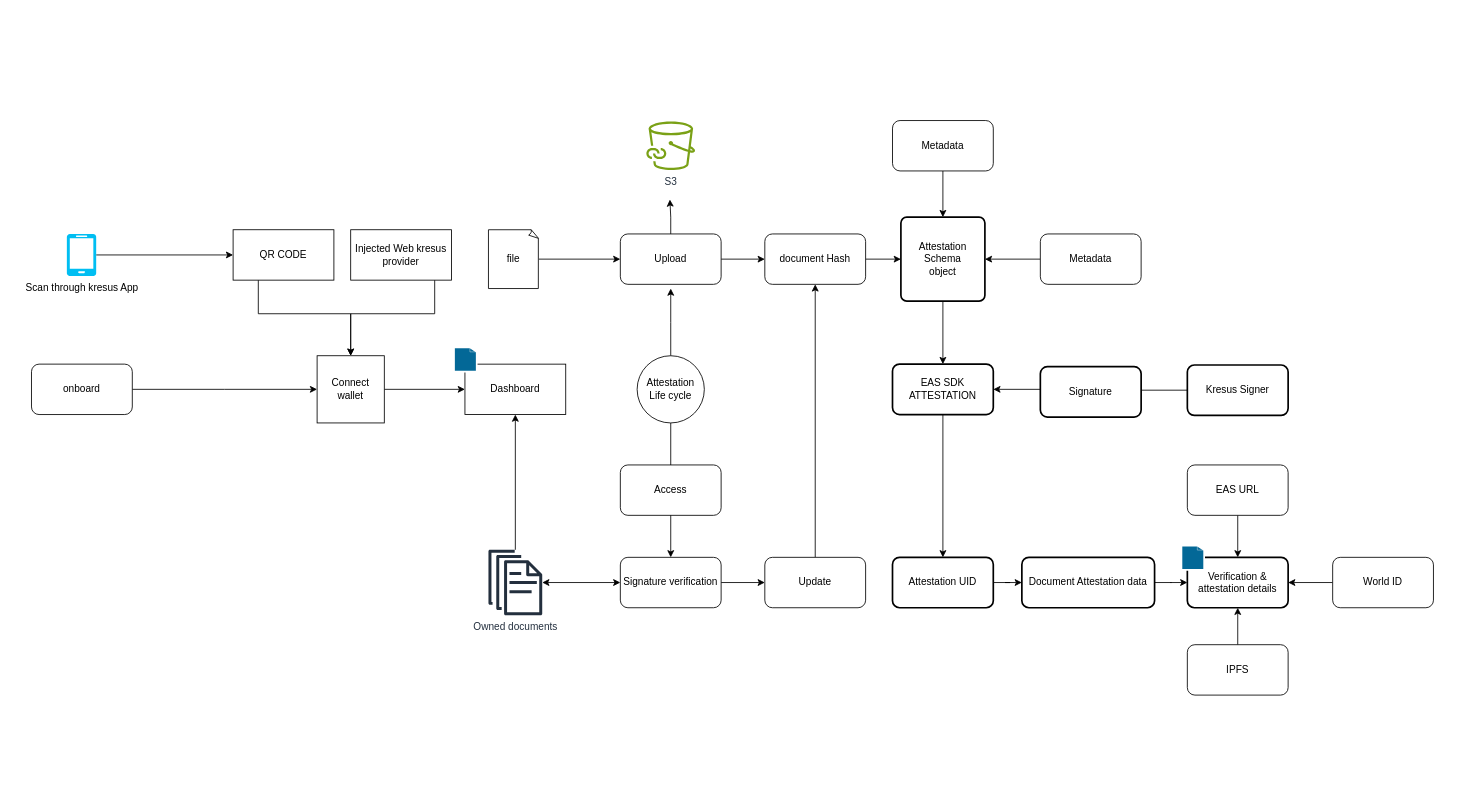
The draw.io diagram KPMGuserjourney.drawio in ali-05-ahmed/Concept-Diagrams, before the edit. Source tidied: cells renumbered, new cells numbered last; positions are measured from the earlier drawing's top-left corner, leaving out a move shared by most shapes. Both pictures are drawn from the tidied source at 84%, with x=0, y=0 at pixel (31, 120).
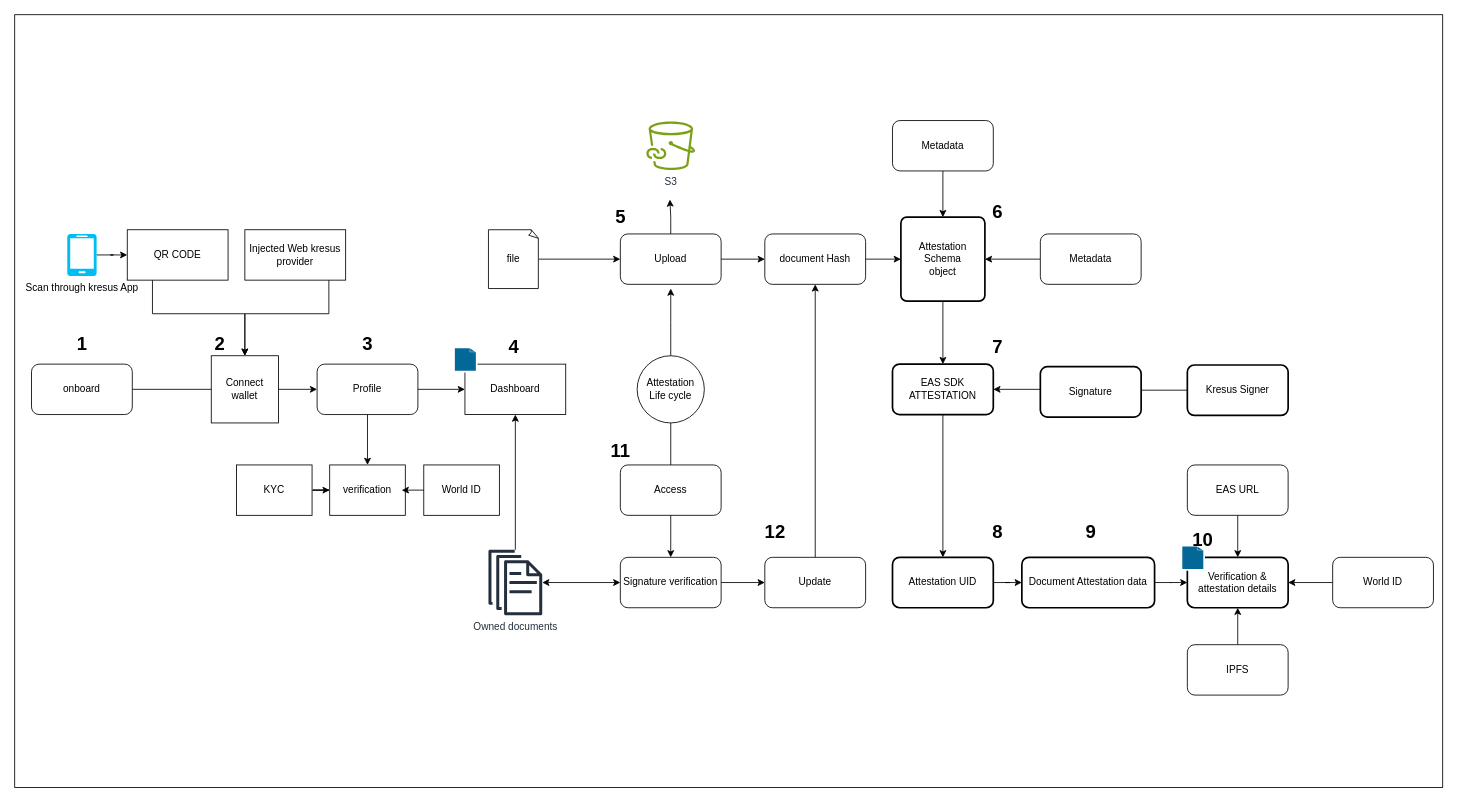
The same page after the edit.

Unchanged cells that the change refers to:
```xml
<mxCell id="12" value="Dashboard" style="whiteSpace=wrap;html=1;" parent="1" vertex="1">
  <mxGeometry x="516" y="290" width="120" height="60" as="geometry" />
</mxCell>
```

Diff of the diagram source:
```diff
@@
+    <mxCell id="56" style="rounded=0;whiteSpace=wrap;html=1;" parent="1" vertex="1">
+      <mxGeometry x="-20" y="-126" width="1700" height="920" as="geometry" />
+    </mxCell>
@@
-    <mxCell id="4" style="edgeStyle=orthogonalEdgeStyle;rounded=0;jettySize=auto;html=1;" parent="1" edge="1" source="5" target="12">
-      <mxGeometry relative="1" as="geometry" />
-    </mxCell>
     <mxCell id="5" value="Connect wallet" style="whiteSpace=wrap;html=1;" parent="1" vertex="1">
-      <mxGeometry x="340" y="280" width="80" height="80" as="geometry" />
+      <mxGeometry x="214" y="280" width="80" height="80" as="geometry" />
     </mxCell>
     <mxCell id="6" style="edgeStyle=orthogonalEdgeStyle;rounded=0;jettySize=auto;html=1;entryX=0.5;entryY=0;entryDx=0;entryDy=0;" parent="1" edge="1" source="7" target="5">
       <mxGeometry relative="1" as="geometry">
         <Array as="points">
-          <mxPoint x="270" y="230" />
-          <mxPoint x="380" y="230" />
+          <mxPoint x="144" y="230" />
+          <mxPoint x="254" y="230" />
         </Array>
       </mxGeometry>
     </mxCell>
     <mxCell id="7" value="QR CODE" style="rounded=0;whiteSpace=wrap;html=1;" parent="1" vertex="1">
-      <mxGeometry x="240" y="130" width="120" height="60" as="geometry" />
+      <mxGeometry x="114" y="130" width="120" height="60" as="geometry" />
     </mxCell>
     <mxCell id="8" style="edgeStyle=orthogonalEdgeStyle;rounded=0;jettySize=auto;html=1;" parent="1" edge="1" source="9" target="5">
       <mxGeometry relative="1" as="geometry">
         <Array as="points">
-          <mxPoint x="480" y="230" />
-          <mxPoint x="380" y="230" />
+          <mxPoint x="354" y="230" />
+          <mxPoint x="254" y="230" />
         </Array>
       </mxGeometry>
     </mxCell>
     <mxCell id="9" value="Injected Web kresus provider" style="rounded=0;whiteSpace=wrap;html=1;" parent="1" vertex="1">
-      <mxGeometry x="380" y="130" width="120" height="60" as="geometry" />
+      <mxGeometry x="254" y="130" width="120" height="60" as="geometry" />
     </mxCell>
@@
     <mxCell id="11" value="Scan through kresus App" style="verticalLabelPosition=bottom;html=1;verticalAlign=top;align=center;strokeColor=none;fillColor=#00BEF2;shape=mxgraph.azure.mobile;" parent="1" vertex="1">
-      <mxGeometry x="42" y="135" width="35" height="50" as="geometry" />
+      <mxGeometry x="42.5" y="135" width="35" height="50" as="geometry" />
     </mxCell>
@@
+    <mxCell id="57" style="edgeStyle=orthogonalEdgeStyle;rounded=0;jettySize=auto;html=1;entryX=0;entryY=0.5;entryDx=0;entryDy=0;" parent="1" edge="1" source="59" target="12">
+      <mxGeometry relative="1" as="geometry" />
+    </mxCell>
+    <mxCell id="58" style="edgeStyle=orthogonalEdgeStyle;rounded=0;jettySize=auto;html=1;entryX=0.5;entryY=0;entryDx=0;entryDy=0;" parent="1" edge="1" source="59" target="60">
+      <mxGeometry relative="1" as="geometry" />
+    </mxCell>
+    <mxCell id="59" value="Profile" style="rounded=1;whiteSpace=wrap;html=1;" parent="1" vertex="1">
+      <mxGeometry x="340" y="290" width="120" height="60" as="geometry" />
+    </mxCell>
+    <mxCell id="60" value="verification" style="rounded=0;whiteSpace=wrap;html=1;" parent="1" vertex="1">
+      <mxGeometry x="355" y="410" width="90" height="60" as="geometry" />
+    </mxCell>
+    <mxCell id="61" value="World ID" style="rounded=0;whiteSpace=wrap;html=1;" parent="1" vertex="1">
+      <mxGeometry x="467" y="410" width="90" height="60" as="geometry" />
+    </mxCell>
+    <mxCell id="62" style="edgeStyle=orthogonalEdgeStyle;rounded=0;jettySize=auto;html=1;" parent="1" edge="1" source="63" target="60">
+      <mxGeometry relative="1" as="geometry" />
+    </mxCell>
+    <mxCell id="63" value="KYC" style="rounded=0;whiteSpace=wrap;html=1;" parent="1" vertex="1">
+      <mxGeometry x="244" y="410" width="90" height="60" as="geometry" />
+    </mxCell>
+    <mxCell id="64" style="edgeStyle=orthogonalEdgeStyle;rounded=0;jettySize=auto;html=1;entryX=0.953;entryY=0.503;entryDx=0;entryDy=0;entryPerimeter=0;" parent="1" edge="1" source="61" target="60">
+      <mxGeometry relative="1" as="geometry" />
+    </mxCell>
+    <mxCell id="65" value="&lt;b&gt;&lt;font style=&quot;font-size: 22px;&quot;&gt;1&lt;/font&gt;&lt;/b&gt;" style="text;html=1;align=center;verticalAlign=middle;strokeColor=none;fillColor=none;" parent="1" vertex="1">
+      <mxGeometry x="40" y="247" width="40" height="40" as="geometry" />
+    </mxCell>
+    <mxCell id="66" value="&lt;b&gt;&lt;font style=&quot;font-size: 22px;&quot;&gt;2&lt;/font&gt;&lt;/b&gt;" style="text;html=1;align=center;verticalAlign=middle;strokeColor=none;fillColor=none;" parent="1" vertex="1">
+      <mxGeometry x="204" y="247" width="40" height="40" as="geometry" />
+    </mxCell>
+    <mxCell id="67" value="&lt;b&gt;&lt;font style=&quot;font-size: 22px;&quot;&gt;3&lt;/font&gt;&lt;/b&gt;" style="text;html=1;align=center;verticalAlign=middle;strokeColor=none;fillColor=none;" parent="1" vertex="1">
+      <mxGeometry x="380" y="247" width="40" height="40" as="geometry" />
+    </mxCell>
+    <mxCell id="68" value="&lt;b&gt;&lt;font style=&quot;font-size: 22px;&quot;&gt;4&lt;/font&gt;&lt;/b&gt;" style="text;html=1;align=center;verticalAlign=middle;strokeColor=none;fillColor=none;" parent="1" vertex="1">
+      <mxGeometry x="554" y="250" width="40" height="40" as="geometry" />
+    </mxCell>
+    <mxCell id="69" value="&lt;b&gt;&lt;font style=&quot;font-size: 22px;&quot;&gt;5&lt;/font&gt;&lt;/b&gt;" style="text;html=1;align=center;verticalAlign=middle;strokeColor=none;fillColor=none;" parent="1" vertex="1">
+      <mxGeometry x="681" y="95" width="40" height="40" as="geometry" />
+    </mxCell>
+    <mxCell id="70" value="&lt;b&gt;&lt;font style=&quot;font-size: 22px;&quot;&gt;6&lt;/font&gt;&lt;/b&gt;" style="text;html=1;align=center;verticalAlign=middle;strokeColor=none;fillColor=none;" parent="1" vertex="1">
+      <mxGeometry x="1130" y="90" width="40" height="40" as="geometry" />
+    </mxCell>
+    <mxCell id="71" value="&lt;b&gt;&lt;font style=&quot;font-size: 22px;&quot;&gt;7&lt;/font&gt;&lt;/b&gt;" style="text;html=1;align=center;verticalAlign=middle;strokeColor=none;fillColor=none;" parent="1" vertex="1">
+      <mxGeometry x="1130" y="250" width="40" height="40" as="geometry" />
+    </mxCell>
+    <mxCell id="72" value="&lt;b&gt;&lt;font style=&quot;font-size: 22px;&quot;&gt;8&lt;/font&gt;&lt;/b&gt;" style="text;html=1;align=center;verticalAlign=middle;strokeColor=none;fillColor=none;" parent="1" vertex="1">
+      <mxGeometry x="1130" y="471" width="40" height="40" as="geometry" />
+    </mxCell>
+    <mxCell id="73" value="&lt;b&gt;&lt;font style=&quot;font-size: 22px;&quot;&gt;9&lt;/font&gt;&lt;/b&gt;" style="text;html=1;align=center;verticalAlign=middle;strokeColor=none;fillColor=none;" parent="1" vertex="1">
+      <mxGeometry x="1241" y="471" width="40" height="40" as="geometry" />
+    </mxCell>
+    <mxCell id="74" value="&lt;b&gt;&lt;font style=&quot;font-size: 22px;&quot;&gt;10&lt;/font&gt;&lt;/b&gt;" style="text;html=1;align=center;verticalAlign=middle;strokeColor=none;fillColor=none;" parent="1" vertex="1">
+      <mxGeometry x="1369" y="480" width="50" height="40" as="geometry" />
+    </mxCell>
+    <mxCell id="75" value="&lt;b&gt;&lt;font style=&quot;font-size: 22px;&quot;&gt;11&lt;/font&gt;&lt;/b&gt;" style="text;html=1;align=center;verticalAlign=middle;strokeColor=none;fillColor=none;" parent="1" vertex="1">
+      <mxGeometry x="676" y="374" width="50" height="40" as="geometry" />
+    </mxCell>
+    <mxCell id="76" value="&lt;b&gt;&lt;font style=&quot;font-size: 22px;&quot;&gt;12&lt;/font&gt;&lt;/b&gt;" style="text;html=1;align=center;verticalAlign=middle;strokeColor=none;fillColor=none;" parent="1" vertex="1">
+      <mxGeometry x="860" y="471" width="50" height="40" as="geometry" />
+    </mxCell>
```
